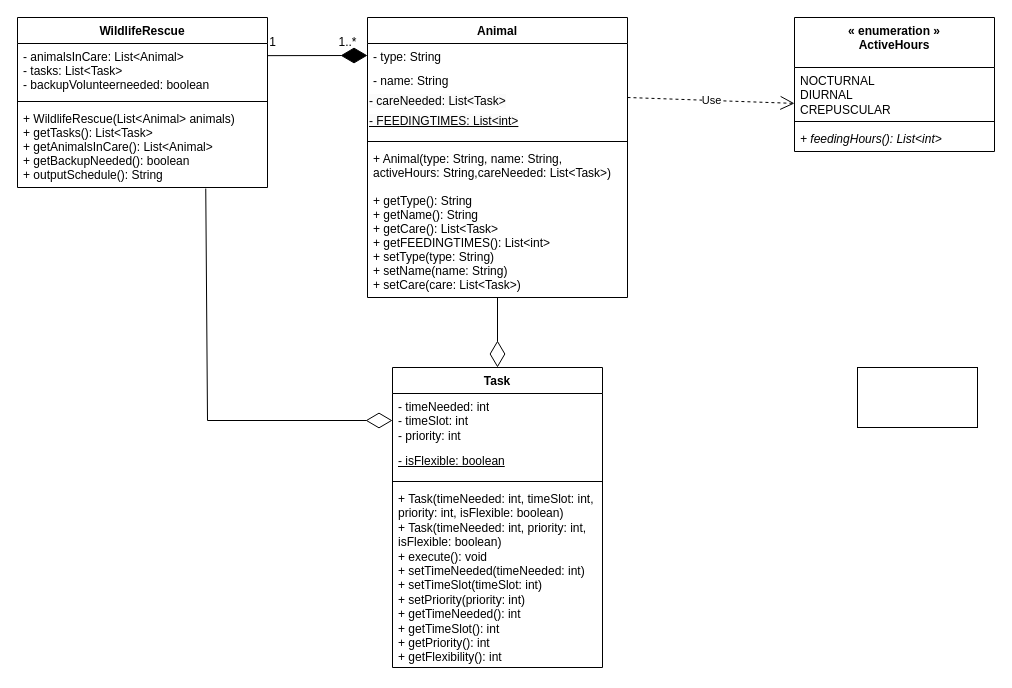
Above: UML Diagram.drawio in aryan-karadia/Mock-Schedule-Builder (draw.io), before the change. Source tidied: cells renumbered, new cells numbered last; positions are measured from the earlier drawing's top-left corner, leaving out a move shared by most shapes. Both pictures are drawn from the tidied source at 100%, with x=0, y=0 at pixel (17, 17).
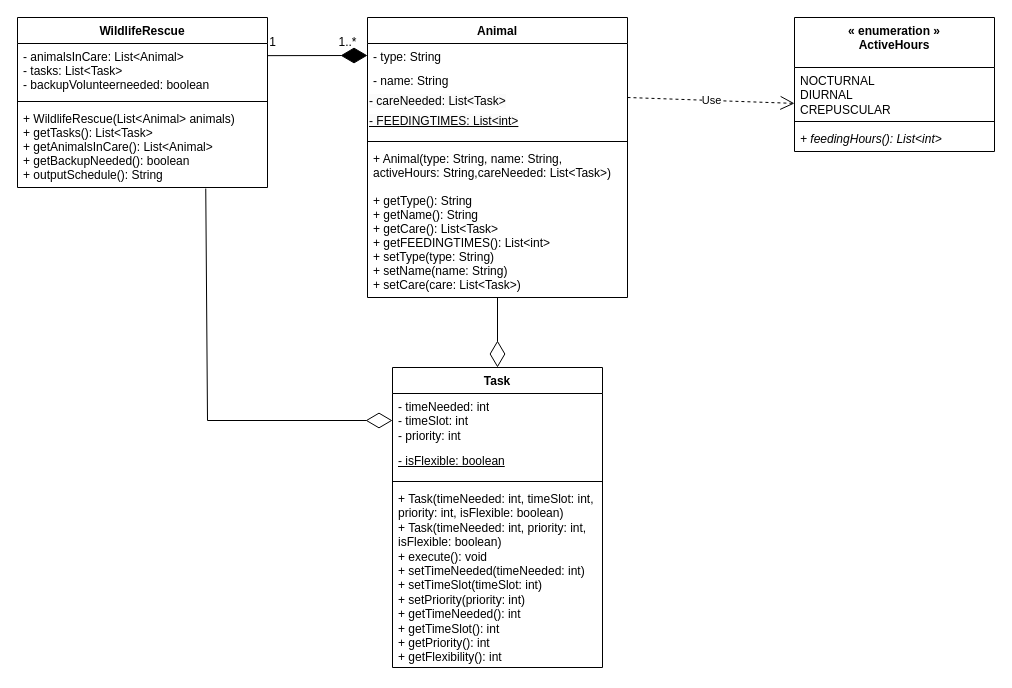
Above is the later version.

Commit message:
Deleting test boxes

Change to the diagram source:
```diff
@@
-    <mxCell id="28" style="rounded=0;whiteSpace=wrap;html=1;" parent="1" vertex="1">
-      <mxGeometry x="840" y="350" width="120" height="60" as="geometry" />
-    </mxCell>
```
